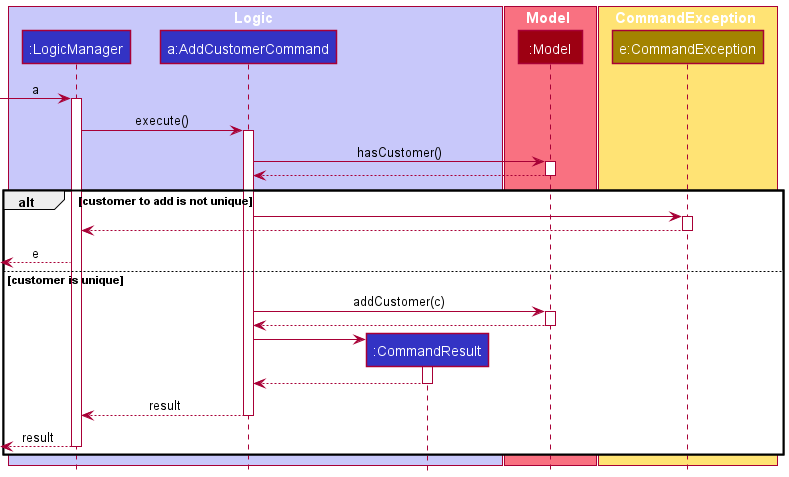
Above: docs/images/AddCustomerSequenceDiagram2.png in nus-cs2103-AY2122S2/tp (PlantUML), before the change.
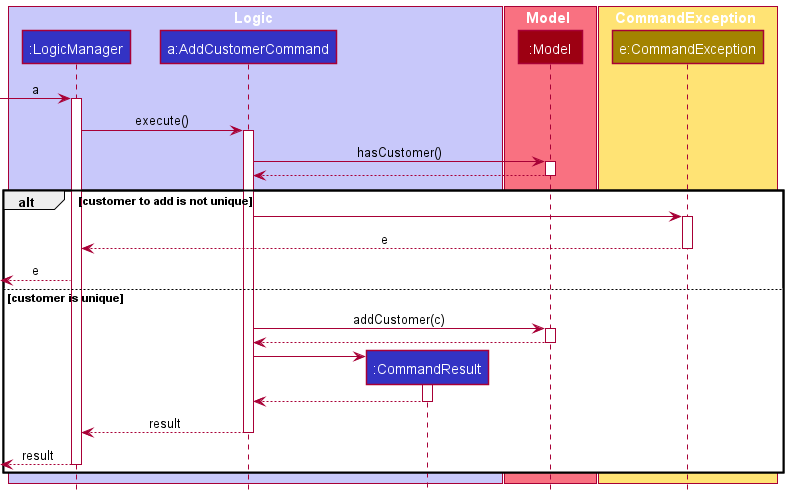
Later version of the same file.

Commit message:
Fix bug in chart diagram

The edit, as a diff of the source:
```diff
@@ -30,7 +30,7 @@
 AddCustomerCommand -> CommandException
 activate CommandException
 
-CommandException --> LogicManager
+CommandException --> LogicManager : e
 deactivate CommandException
 
 [<--LogicManager : e
```
